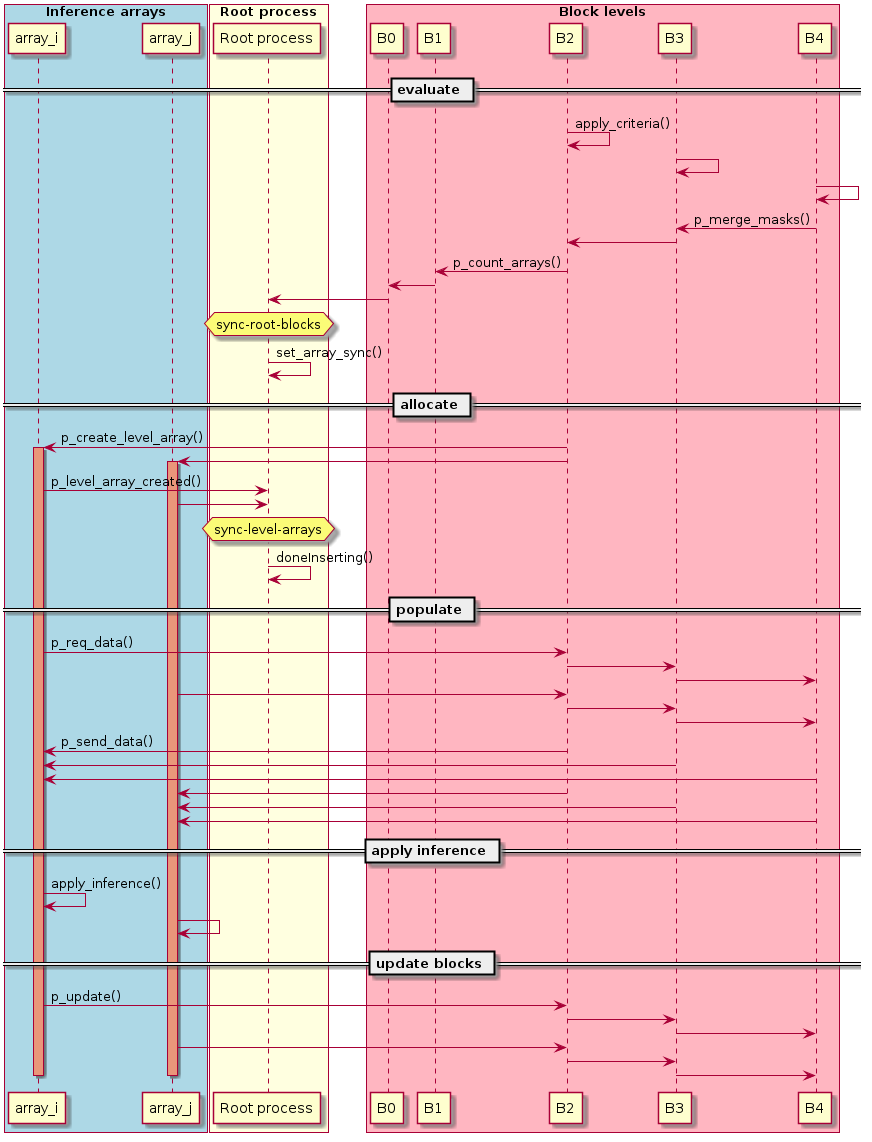
Before: doc/source/design/level-array.png, a diagram exported from PlantUML (enzo-project/enzo-e). Source of this version:
```plantuml
@startuml

box "Inference arrays" #LightBlue
participant array_i as a0
participant array_j as a2
end box

box "Root process" #LightYellow
participant "Root process" as root
end box

box "Block levels" #LightPink
participant "B0" as b0
participant "B1" as b1
participant "B2" as b2
participant "B3" as b3
participant "B4" as b4
end box

== evaluate ==

b2 -> b2 : apply_criteria()
b3 -> b3
b4 -> b4

b4 -> b3 : p_merge_masks()
b3 -> b2

b2 -> b1 : p_count_arrays()
b1 -> b0
b0 -> root

hnote over root : sync-root-blocks

root -> root : set_array_sync()

== allocate ==

b2 -> a0 : p_create_level_array()
activate a0 #DarkSalmon
b2 -> a2
activate a2 #DarkSalmon

a0 -> root : p_level_array_created()
a2 -> root

hnote over root : sync-level-arrays
root -> root : doneInserting()

== populate ==

a0 -> b2 : p_req_data()
b2 -> b3
b3 -> b4

a2 -> b2
b2 -> b3
b3 -> b4

b2 ->   a0 : p_send_data()
b3 ->   a0
b4 ->   a0

b2  ->   a2
b3  ->   a2
b4  ->   a2

== apply inference ==

a0 -> a0 : apply_inference()
a2 -> a2

  == update blocks ==

a0 -> b2 : p_update()
b2 -> b3
b3 -> b4

a2 -> b2
b2 -> b3
b3 -> b4


deactivate a0
deactivate a2

@enduml
```
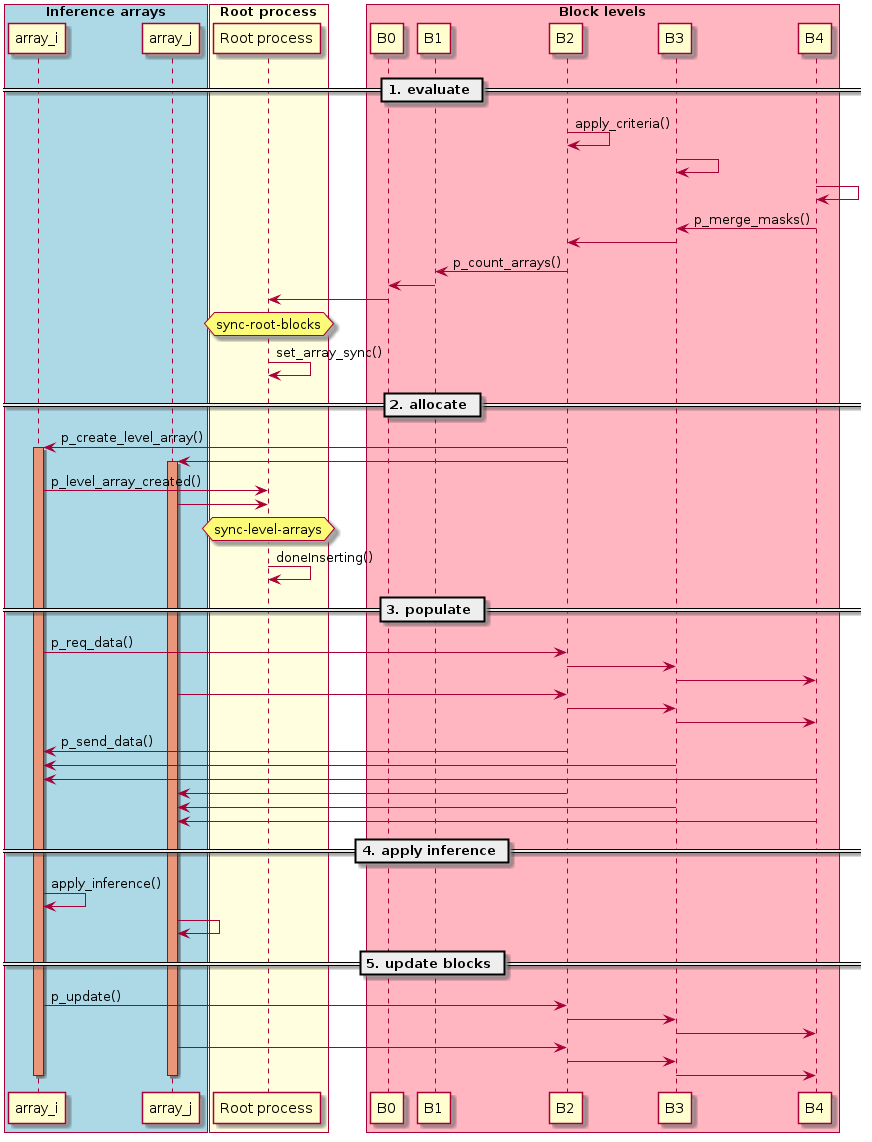
The same file after the commit.

Commit message:
Updating inference array design documentation

What changed in the source:
```diff
@@ -17,7 +17,7 @@
 participant "B4" as b4
 end box
 
-== evaluate ==
+== 1. evaluate ==
 
 b2 -> b2 : apply_criteria()
 b3 -> b3
@@ -34,7 +34,7 @@
 
 root -> root : set_array_sync()
 
-== allocate ==
+== 2. allocate ==
 
 b2 -> a0 : p_create_level_array()
 activate a0 #DarkSalmon
@@ -47,7 +47,7 @@
 hnote over root : sync-level-arrays
 root -> root : doneInserting()
 
-== populate ==
+== 3. populate ==
 
 a0 -> b2 : p_req_data()
 b2 -> b3
@@ -65,12 +65,12 @@
 b3  ->   a2
 b4  ->   a2
 
-== apply inference ==
+== 4. apply inference ==
 
 a0 -> a0 : apply_inference()
 a2 -> a2
 
-  == update blocks ==
+  == 5. update blocks ==
 
 a0 -> b2 : p_update()
 b2 -> b3
```
